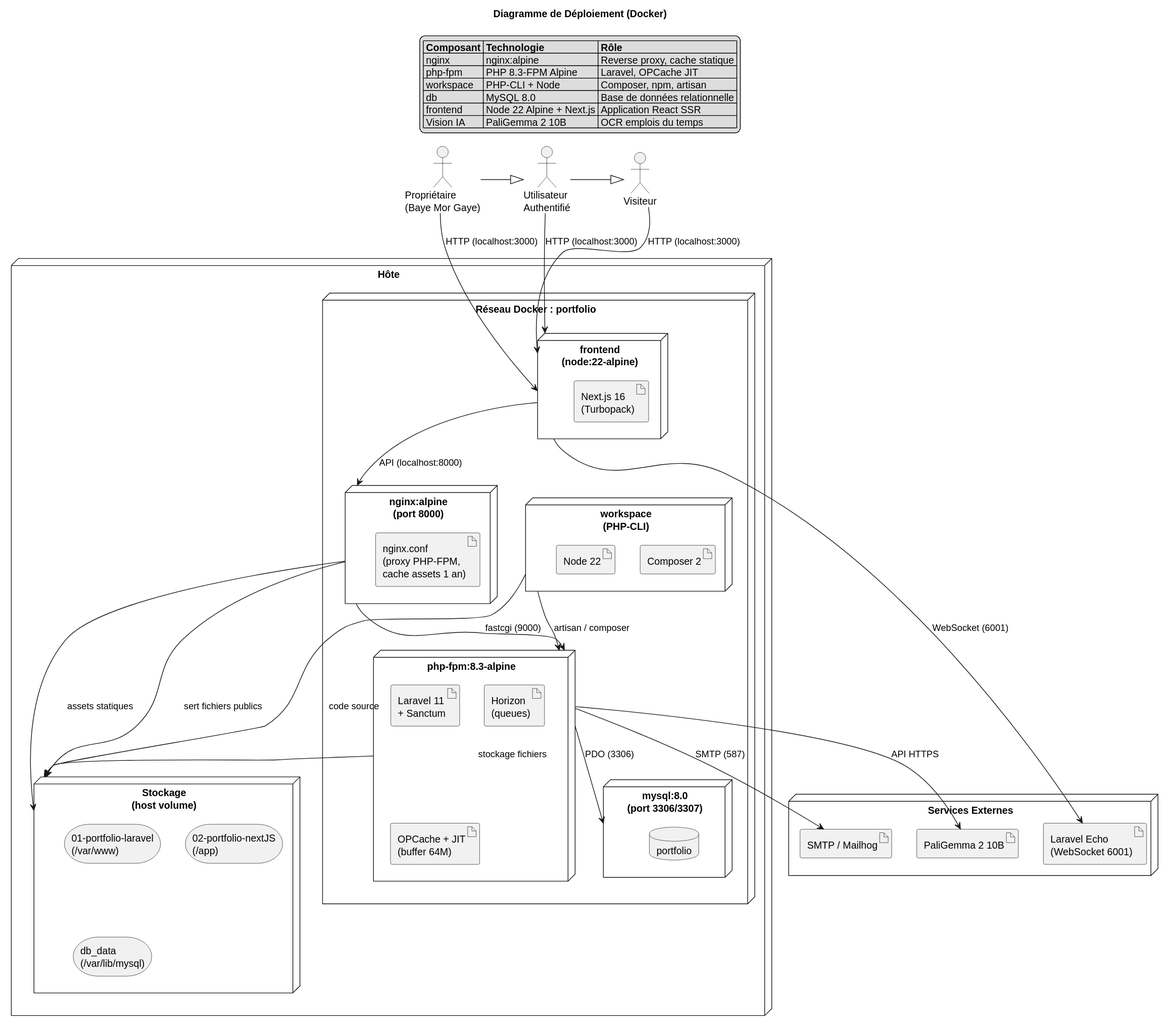
GAYENSIS09/baye-mor-gaye keeps this PlantUML diagram as uml-svg/architecture/11-deployment-diagram.svg. Above is the earlier version. Its diagram source:
```plantuml
@startuml
title Diagramme de Déploiement (Docker)

skinparam componentStyle rectangle

actor Visiteur as Visiteur
actor "Utilisateur\nAuthentifié" as User
actor "Propriétaire\n(Baye Mor Gaye)" as Proprietaire

User -|> Visiteur
Proprietaire -|> User

node "Hôte" as Host {
  node "Réseau Docker : portfolio" as DockerNet {
    node "nginx:alpine\n(port 8000)" as NginxC {
      artifact "nginx.conf\n(proxy PHP-FPM,\ncache assets 1 an)" as NginxConf
    }

    node "php-fpm:8.3-alpine" as PHPC {
      artifact "Laravel 11\n+ Sanctum" as Laravel
      artifact "Horizon\n(queues)" as Horizon
      artifact "OPCache + JIT\n(buffer 64M)" as OPCache
    }

    node "workspace\n(PHP-CLI)" as WSC {
      artifact "Composer 2" as Composer
      artifact "Node 22" as NodeJS
    }

    node "mysql:8.0\n(port 3306/3307)" as DBC {
      database "portfolio" as MySQL
    }

    node "frontend\n(node:22-alpine)" as FrontC {
      artifact "Next.js 16\n(Turbopack)" as NextJS
    }
  }

  node "Stockage\n(host volume)" as Volumes {
    storage "01-portfolio-laravel\n(/var/www)" as LaravelVol
    storage "02-portfolio-nextJS\n(/app)" as FrontendVol
    storage "db_data\n(/var/lib/mysql)" as DBVol
  }
}

node "Services Externes" as Services {
  artifact "SMTP / Mailhog" as Mail
  artifact "PaliGemma 2 10B" as PaliGemma
  artifact "Laravel Echo\n(WebSocket 6001)" as Echo
}

Visiteur --> FrontC : HTTP (localhost:3000)
User --> FrontC : HTTP (localhost:3000)
Proprietaire --> FrontC : HTTP (localhost:3000)

FrontC --> NginxC : API (localhost:8000)
NginxC --> PHPC : fastcgi (9000)
NginxC --> Volumes : assets statiques

PHPC --> DBC : PDO (3306)
PHPC --> Volumes : stockage fichiers
PHPC --> PaliGemma : API HTTPS
PHPC --> Mail : SMTP (587)

WSC --> PHPC : artisan / composer
WSC --> Volumes : code source

NginxC --> Volumes : sert fichiers publics

FrontC --> Echo : WebSocket (6001)

legend top
  |= Composant |= Technologie |= Rôle |
  | nginx | nginx:alpine | Reverse proxy, cache statique |
  | php-fpm | PHP 8.3-FPM Alpine | Laravel, OPCache JIT |
  | workspace | PHP-CLI + Node | Composer, npm, artisan |
  | db | MySQL 8.0 | Base de données relationnelle |
  | frontend | Node 22 Alpine + Next.js | Application React SSR |
  | Vision IA | PaliGemma 2 10B | OCR emplois du temps |
end legend
@enduml
```
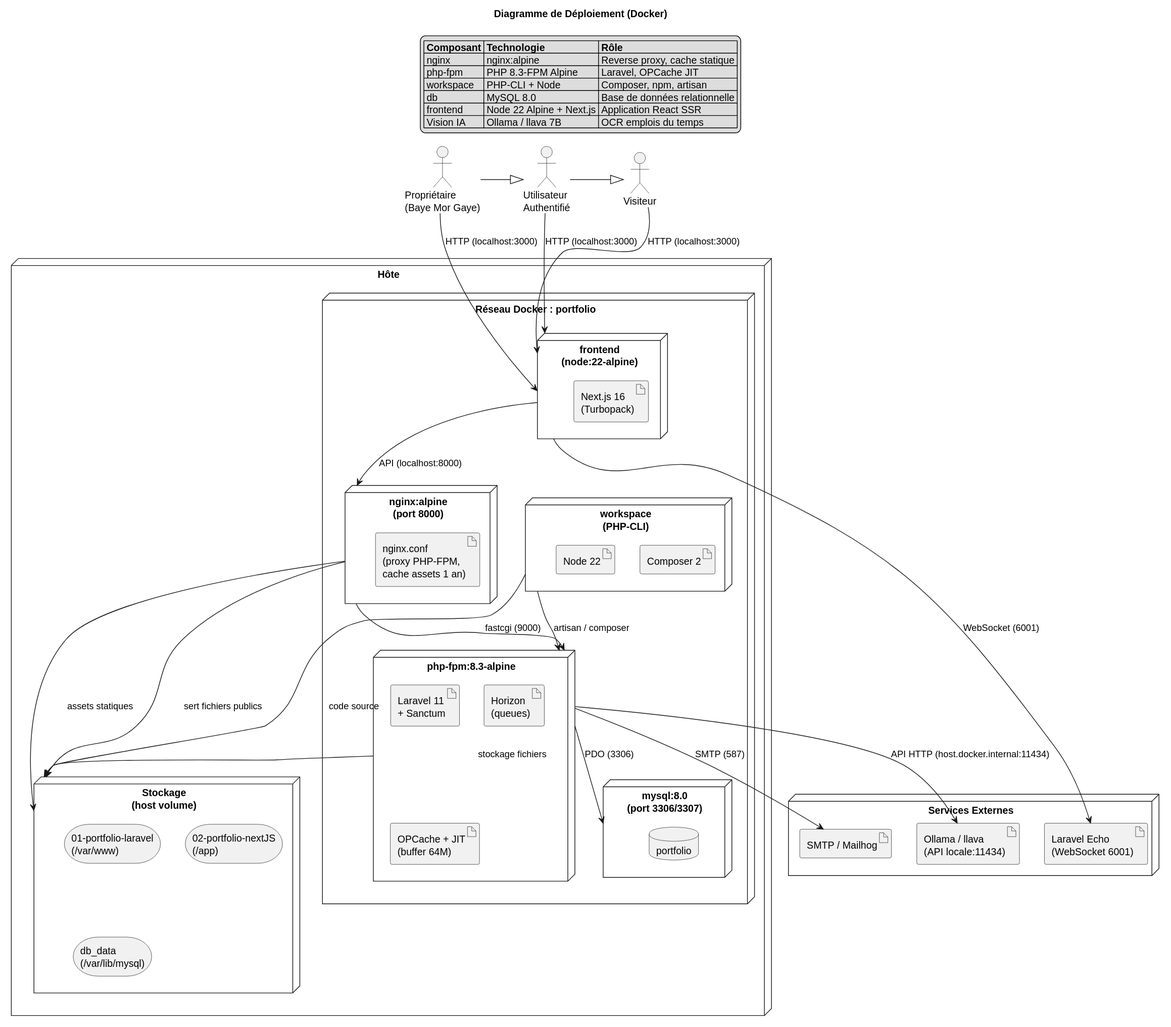
After the change.

The edit, as a diff of the source:
```diff
@@ -45,7 +45,7 @@
 
 node "Services Externes" as Services {
   artifact "SMTP / Mailhog" as Mail
-  artifact "PaliGemma 2 10B" as PaliGemma
+  artifact "Ollama / llava\n(API locale:11434)" as Ollama
   artifact "Laravel Echo\n(WebSocket 6001)" as Echo
 }
 
@@ -59,7 +59,7 @@
 
 PHPC --> DBC : PDO (3306)
 PHPC --> Volumes : stockage fichiers
-PHPC --> PaliGemma : API HTTPS
+PHPC --> Ollama : API HTTP (host.docker.internal:11434)
 PHPC --> Mail : SMTP (587)
 
 WSC --> PHPC : artisan / composer
@@ -76,6 +76,6 @@
   | workspace | PHP-CLI + Node | Composer, npm, artisan |
   | db | MySQL 8.0 | Base de données relationnelle |
   | frontend | Node 22 Alpine + Next.js | Application React SSR |
-  | Vision IA | PaliGemma 2 10B | OCR emplois du temps |
+  | Vision IA | Ollama / llava 7B | OCR emplois du temps |
 end legend
 @enduml
```
